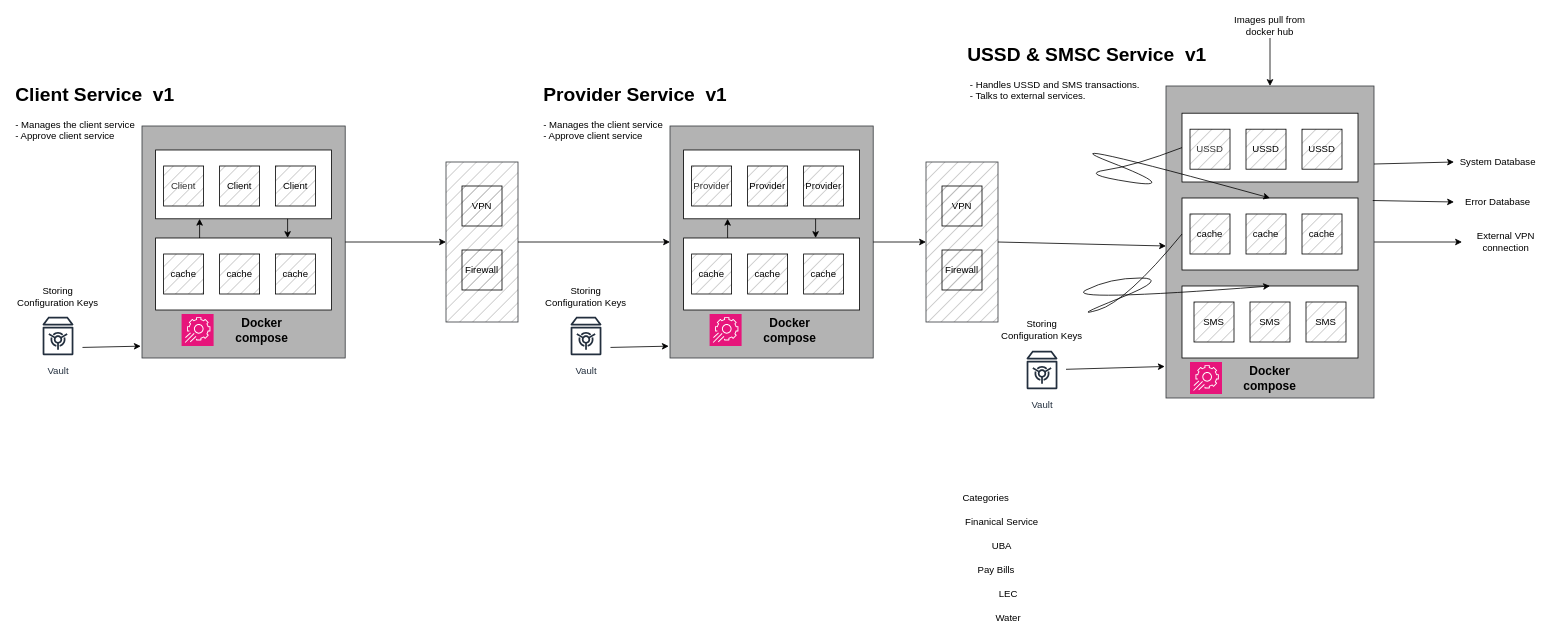
This is VAS.drawio from brilliantnarlo/system-design, a draw.io file, before an edit. Source tidied: cells renumbered, new cells numbered last; positions are measured from the earlier drawing's top-left corner, leaving out a move shared by most shapes. Both pictures are drawn from the tidied source at 80%, with x=0, y=0 at pixel (14, 14).
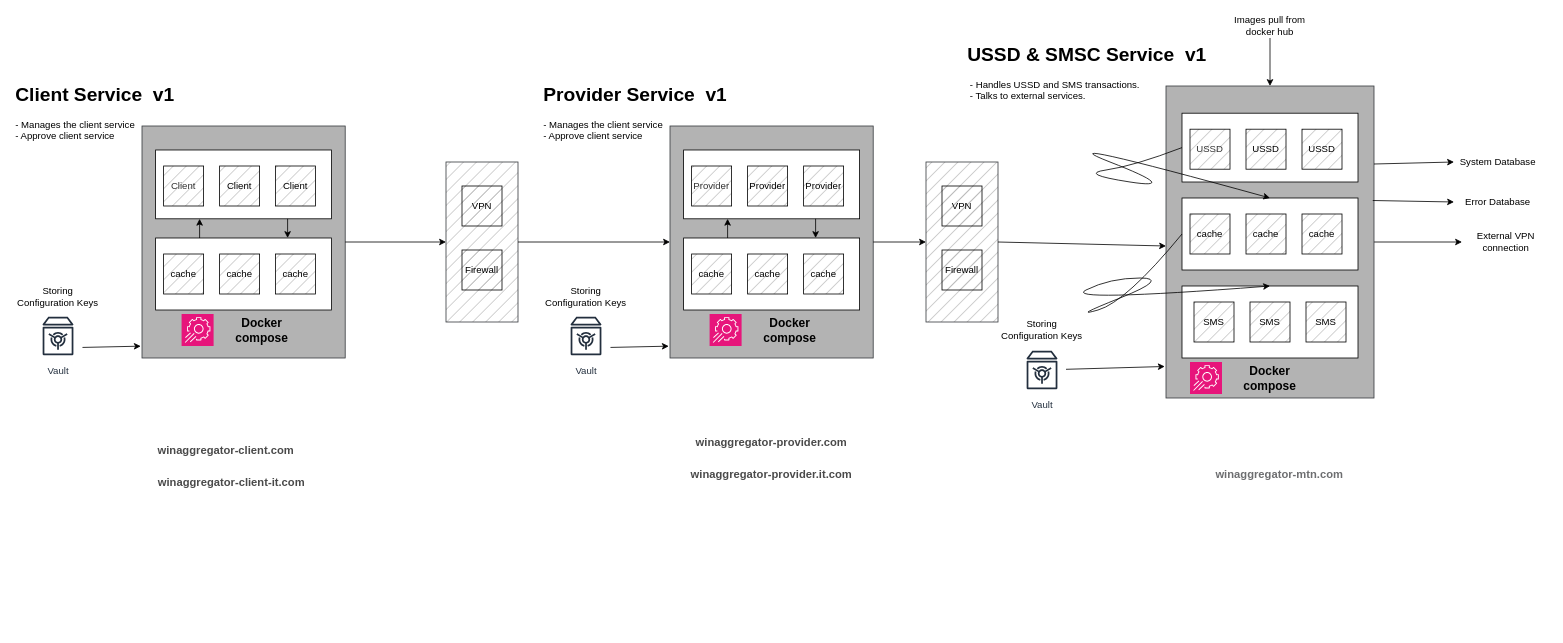
Above is the later version.

The change refers to these unchanged cells:
```xml
<mxCell id="37" style="rounded=0;whiteSpace=wrap;html=1;fillColor=#B3B3B3;strokeColor=#36393d;strokeWidth=1;glass=0;fillStyle=solid;" parent="1" vertex="1">
  <mxGeometry x="820" y="140" width="254" height="290" as="geometry" />
</mxCell>
<mxCell id="59" style="rounded=0;whiteSpace=wrap;html=1;fillColor=#B3B3B3;strokeColor=#36393d;strokeWidth=1;glass=0;fillStyle=solid;" parent="1" vertex="1">
  <mxGeometry x="160" y="140" width="254" height="290" as="geometry" />
</mxCell>
<mxCell id="76" style="rounded=0;whiteSpace=wrap;html=1;fillColor=#B3B3B3;strokeColor=#36393d;strokeWidth=1;glass=0;fillStyle=hatch;gradientColor=none;" parent="1" vertex="1">
  <mxGeometry x="540" y="185" width="90" height="200" as="geometry" />
</mxCell>
```

Diff of the diagram source:
```diff
@@
-    <mxCell id="31" value="Categories" style="text;html=1;whiteSpace=wrap;strokeColor=none;fillColor=none;align=center;verticalAlign=middle;rounded=0;" parent="1" vertex="1">
-      <mxGeometry x="1160" y="590" width="110" height="30" as="geometry" />
-    </mxCell>
-    <mxCell id="32" value="Finanical Service" style="text;html=1;whiteSpace=wrap;strokeColor=none;fillColor=none;align=center;verticalAlign=middle;rounded=0;" parent="1" vertex="1">
-      <mxGeometry x="1180" y="620" width="110" height="30" as="geometry" />
-    </mxCell>
-    <mxCell id="33" value="Pay Bills" style="text;html=1;whiteSpace=wrap;strokeColor=none;fillColor=none;align=center;verticalAlign=middle;rounded=0;" parent="1" vertex="1">
-      <mxGeometry x="1172.5" y="680" width="110" height="30" as="geometry" />
-    </mxCell>
-    <mxCell id="34" value="LEC" style="text;html=1;whiteSpace=wrap;strokeColor=none;fillColor=none;align=center;verticalAlign=middle;rounded=0;" parent="1" vertex="1">
-      <mxGeometry x="1187.5" y="710" width="110" height="30" as="geometry" />
-    </mxCell>
-    <mxCell id="35" value="Water" style="text;html=1;whiteSpace=wrap;strokeColor=none;fillColor=none;align=center;verticalAlign=middle;rounded=0;" parent="1" vertex="1">
-      <mxGeometry x="1187.5" y="740" width="110" height="30" as="geometry" />
-    </mxCell>
-    <mxCell id="36" value="UBA" style="text;html=1;whiteSpace=wrap;strokeColor=none;fillColor=none;align=center;verticalAlign=middle;rounded=0;" parent="1" vertex="1">
-      <mxGeometry x="1180" y="650" width="110" height="30" as="geometry" />
-    </mxCell>
@@
-    <mxCell id="79" style="endArrow=classic;html=1;rounded=0;exitX=1;exitY=0.5;exitDx=0;exitDy=0;entryX=0;entryY=0.5;entryDx=0;entryDy=0;" parent="1" edge="1" source="59" target="76">
+    <mxCell id="79" style="endArrow=classic;html=1;rounded=0;exitX=1;exitY=0.5;exitDx=0;exitDy=0;entryX=0;entryY=0.5;entryDx=0;entryDy=0;flowAnimation=1;" parent="1" edge="1" source="59" target="76">
       <mxGeometry relative="1" as="geometry" />
     </mxCell>
-    <mxCell id="80" style="endArrow=classic;html=1;rounded=0;exitX=1;exitY=0.5;exitDx=0;exitDy=0;entryX=0;entryY=0.5;entryDx=0;entryDy=0;" parent="1" edge="1" source="76" target="37">
+    <mxCell id="80" style="endArrow=classic;html=1;rounded=0;exitX=1;exitY=0.5;exitDx=0;exitDy=0;entryX=0;entryY=0.5;entryDx=0;entryDy=0;flowAnimation=1;" parent="1" edge="1" source="76" target="37">
       <mxGeometry relative="1" as="geometry" />
     </mxCell>
+    <mxCell id="81" value="&lt;span class=&quot;&quot; style=&quot;box-sizing: border-box; font-weight: 700; vertical-align: top; font-size: 0.875rem; line-height: 1.57143em; padding-left: 1.71429em; background-image: none; position: relative; color: rgb(109, 110, 112); font-family: &amp;quot;Museo Sans&amp;quot;, Arial, Helvetica, sans-serif; text-align: start; text-wrap-mode: nowrap; background-color: rgb(255, 255, 255);&quot;&gt;winaggregator-mtn.com&lt;/span&gt;" style="text;html=1;whiteSpace=wrap;strokeColor=none;fillColor=none;align=center;verticalAlign=middle;rounded=0;" parent="1" vertex="1">
+      <mxGeometry x="1515" y="560" width="110" height="30" as="geometry" />
+    </mxCell>
+    <mxCell id="82" value="&lt;span style=&quot;color: rgb(74, 74, 74); font-family: &amp;quot;GB Museo Sans&amp;quot;, Arial, Helvetica, sans-serif; font-size: 14px; font-weight: 700; text-align: start; text-wrap-mode: nowrap; background-color: rgb(255, 255, 255);&quot;&gt;winaggregator-client.com&lt;/span&gt;" style="text;html=1;whiteSpace=wrap;strokeColor=none;fillColor=none;align=center;verticalAlign=middle;rounded=0;" parent="1" vertex="1">
+      <mxGeometry x="209.5" y="530" width="110" height="30" as="geometry" />
+    </mxCell>
+    <mxCell id="83" value="&lt;span style=&quot;color: rgb(74, 74, 74); font-family: &amp;quot;GB Museo Sans&amp;quot;, Arial, Helvetica, sans-serif; font-size: 14px; font-weight: 700; text-align: start; text-wrap-mode: nowrap; background-color: rgb(255, 255, 255);&quot;&gt;winaggregator-client-it.com&lt;/span&gt;" style="text;html=1;whiteSpace=wrap;strokeColor=none;fillColor=none;align=center;verticalAlign=middle;rounded=0;" parent="1" vertex="1">
+      <mxGeometry x="217" y="570" width="110" height="30" as="geometry" />
+    </mxCell>
+    <mxCell id="84" value="&lt;span style=&quot;color: rgb(74, 74, 74); font-family: &amp;quot;GB Museo Sans&amp;quot;, Arial, Helvetica, sans-serif; font-size: 14px; font-weight: 700; text-align: start; text-wrap-mode: nowrap; background-color: rgb(255, 255, 255);&quot;&gt;winaggregator-provider.com&lt;/span&gt;" style="text;html=1;whiteSpace=wrap;strokeColor=none;fillColor=none;align=center;verticalAlign=middle;rounded=0;" parent="1" vertex="1">
+      <mxGeometry x="892" y="520" width="110" height="30" as="geometry" />
+    </mxCell>
+    <mxCell id="85" value="&lt;span style=&quot;color: rgb(74, 74, 74); font-family: &amp;quot;GB Museo Sans&amp;quot;, Arial, Helvetica, sans-serif; font-size: 14px; font-weight: 700; text-align: start; text-wrap-mode: nowrap; background-color: rgb(255, 255, 255);&quot;&gt;winaggregator-provider.it.com&lt;/span&gt;" style="text;html=1;whiteSpace=wrap;strokeColor=none;fillColor=none;align=center;verticalAlign=middle;rounded=0;" parent="1" vertex="1">
+      <mxGeometry x="892" y="560" width="110" height="30" as="geometry" />
+    </mxCell>
```
